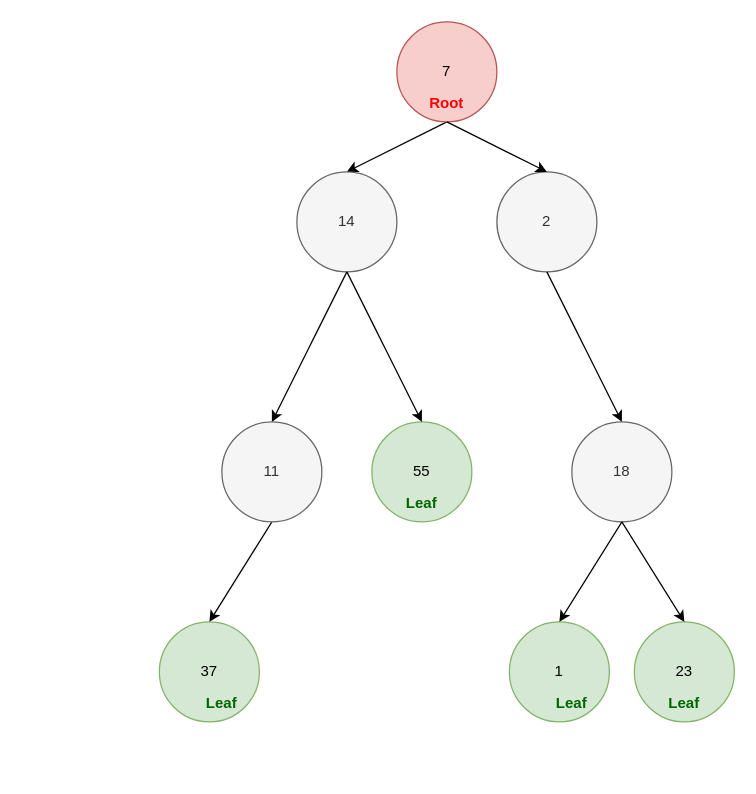
The draw.io diagram page "第 1 页" (1 of 2) of docs/0112_path_sum.drawio in rickbsr/example-leetcode, before the edit. Source tidied: cells renumbered, new cells numbered last; positions are measured from the earlier drawing's top-left corner, leaving out a move shared by most shapes. Both pictures are drawn from the tidied source at 125%, with x=0, y=0 at pixel (159, 21).
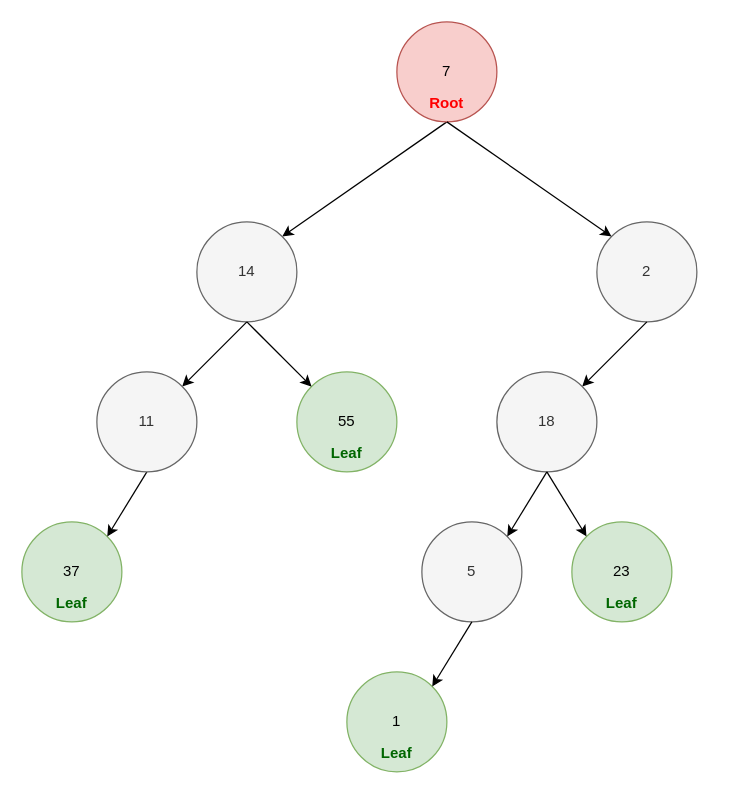
After the change.

The change refers to these unchanged cells:
```xml
<mxCell id="3" value="7" style="ellipse;whiteSpace=wrap;html=1;fillColor=#f8cecc;strokeColor=#b85450;" parent="1" vertex="1">
  <mxGeometry x="190" width="80" height="80" as="geometry" />
</mxCell>
```

Diff of the diagram source:
```diff
@@
+    <mxCell id="24" value="1" style="ellipse;whiteSpace=wrap;html=1;fillColor=#d5e8d4;strokeColor=#82b366;" parent="1" vertex="1">
+      <mxGeometry x="150" y="520" width="80" height="80" as="geometry" />
+    </mxCell>
-    <mxCell id="2" style="rounded=0;jettySize=auto;html=1;exitX=0.5;exitY=1;exitDx=0;exitDy=0;entryX=0.5;entryY=0;entryDx=0;entryDy=0;" parent="1" edge="1" source="3" target="6">
+    <mxCell id="2" style="rounded=0;jettySize=auto;html=1;exitX=0.5;exitY=1;exitDx=0;exitDy=0;entryX=1;entryY=0;entryDx=0;entryDy=0;" parent="1" edge="1" source="3" target="6">
       <mxGeometry relative="1" as="geometry" />
     </mxCell>
@@
     <mxCell id="4" value="55" style="ellipse;whiteSpace=wrap;html=1;fillColor=#d5e8d4;strokeColor=#82b366;" parent="1" vertex="1">
-      <mxGeometry x="170" y="320" width="80" height="80" as="geometry" />
+      <mxGeometry x="110" y="280" width="80" height="80" as="geometry" />
     </mxCell>
     <mxCell id="5" value="37" style="ellipse;whiteSpace=wrap;html=1;fillColor=#d5e8d4;strokeColor=#82b366;" parent="1" vertex="1">
-      <mxGeometry y="480" width="80" height="80" as="geometry" />
+      <mxGeometry x="-110" y="400" width="80" height="80" as="geometry" />
     </mxCell>
     <mxCell id="6" value="14" style="ellipse;whiteSpace=wrap;html=1;fillColor=#f5f5f5;strokeColor=#666666;fontColor=#333333;" parent="1" vertex="1">
-      <mxGeometry x="110" y="120" width="80" height="80" as="geometry" />
+      <mxGeometry x="30" y="160" width="80" height="80" as="geometry" />
     </mxCell>
     <mxCell id="7" value="2" style="ellipse;whiteSpace=wrap;html=1;fillColor=#f5f5f5;strokeColor=#666666;fontColor=#333333;" parent="1" vertex="1">
-      <mxGeometry x="270" y="120" width="80" height="80" as="geometry" />
+      <mxGeometry x="350" y="160" width="80" height="80" as="geometry" />
     </mxCell>
-    <mxCell id="8" value="1" style="ellipse;whiteSpace=wrap;html=1;fillColor=#d5e8d4;strokeColor=#82b366;" parent="1" vertex="1">
-      <mxGeometry x="280" y="480" width="80" height="80" as="geometry" />
+    <mxCell id="8" value="5" style="ellipse;whiteSpace=wrap;html=1;fillColor=#f5f5f5;strokeColor=#666666;fontColor=#333333;" parent="1" vertex="1">
+      <mxGeometry x="210" y="400" width="80" height="80" as="geometry" />
     </mxCell>
-    <mxCell id="9" style="rounded=0;jettySize=auto;html=1;exitX=0.5;exitY=1;exitDx=0;exitDy=0;entryX=0.5;entryY=0;entryDx=0;entryDy=0;" parent="1" edge="1" target="7">
-      <mxGeometry relative="1" as="geometry">
-        <mxPoint x="230" y="80" as="sourcePoint" />
-      </mxGeometry>
+    <mxCell id="9" style="rounded=0;jettySize=auto;html=1;exitX=0.5;exitY=1;exitDx=0;exitDy=0;entryX=0;entryY=0;entryDx=0;entryDy=0;" parent="1" edge="1" source="3" target="7">
+      <mxGeometry relative="1" as="geometry" />
     </mxCell>
-    <mxCell id="10" style="rounded=0;jettySize=auto;html=1;entryX=0.5;entryY=0;entryDx=0;entryDy=0;exitX=0.5;exitY=1;exitDx=0;exitDy=0;" parent="1" edge="1" source="6" target="4">
+    <mxCell id="10" style="rounded=0;jettySize=auto;html=1;entryX=0;entryY=0;entryDx=0;entryDy=0;exitX=0.5;exitY=1;exitDx=0;exitDy=0;" parent="1" edge="1" source="6" target="4">
       <mxGeometry relative="1" as="geometry" />
     </mxCell>
-    <mxCell id="11" style="rounded=0;jettySize=auto;html=1;entryX=0.5;entryY=0;entryDx=0;entryDy=0;exitX=0.5;exitY=1;exitDx=0;exitDy=0;" parent="1" edge="1" source="6" target="18">
+    <mxCell id="11" style="rounded=0;jettySize=auto;html=1;exitX=0.5;exitY=1;exitDx=0;exitDy=0;" parent="1" edge="1" source="6" target="18">
       <mxGeometry relative="1" as="geometry" />
     </mxCell>
-    <mxCell id="12" style="rounded=0;jettySize=auto;html=1;entryX=0.5;entryY=0;entryDx=0;entryDy=0;exitX=0.5;exitY=1;exitDx=0;exitDy=0;" parent="1" edge="1" source="7" target="19">
+    <mxCell id="12" style="rounded=0;jettySize=auto;html=1;entryX=1;entryY=0;entryDx=0;entryDy=0;exitX=0.5;exitY=1;exitDx=0;exitDy=0;" parent="1" edge="1" source="7" target="19">
       <mxGeometry relative="1" as="geometry" />
     </mxCell>
@@
     <mxCell id="14" value="&lt;b style=&quot;&quot;&gt;&lt;font color=&quot;#006600&quot;&gt;Leaf&lt;/font&gt;&lt;/b&gt;" style="text;html=1;strokeColor=none;fillColor=none;align=center;verticalAlign=middle;whiteSpace=wrap;rounded=0;" parent="1" vertex="1">
-      <mxGeometry x="20" y="530" width="60" height="30" as="geometry" />
+      <mxGeometry x="-100" y="450" width="60" height="30" as="geometry" />
     </mxCell>
     <mxCell id="15" value="&lt;b style=&quot;&quot;&gt;&lt;font color=&quot;#006600&quot;&gt;Leaf&lt;/font&gt;&lt;/b&gt;" style="text;html=1;strokeColor=none;fillColor=none;align=center;verticalAlign=middle;whiteSpace=wrap;rounded=0;" parent="1" vertex="1">
-      <mxGeometry x="180" y="370" width="60" height="30" as="geometry" />
+      <mxGeometry x="120" y="330" width="60" height="30" as="geometry" />
     </mxCell>
     <mxCell id="16" value="&lt;b style=&quot;&quot;&gt;&lt;font color=&quot;#006600&quot;&gt;Leaf&lt;/font&gt;&lt;/b&gt;" style="text;html=1;strokeColor=none;fillColor=none;align=center;verticalAlign=middle;whiteSpace=wrap;rounded=0;" parent="1" vertex="1">
-      <mxGeometry x="300" y="530" width="60" height="30" as="geometry" />
+      <mxGeometry x="160" y="570" width="60" height="30" as="geometry" />
     </mxCell>
-    <mxCell id="17" style="edgeStyle=none;rounded=0;jettySize=auto;html=1;entryX=0.5;entryY=0;entryDx=0;entryDy=0;fontColor=#006600;exitX=0.5;exitY=1;exitDx=0;exitDy=0;" parent="1" edge="1" source="18" target="5">
+    <mxCell id="17" style="edgeStyle=none;rounded=0;jettySize=auto;html=1;entryX=1;entryY=0;entryDx=0;entryDy=0;fontColor=#006600;exitX=0.5;exitY=1;exitDx=0;exitDy=0;" parent="1" edge="1" source="18" target="5">
       <mxGeometry relative="1" as="geometry" />
     </mxCell>
     <mxCell id="18" value="11" style="ellipse;whiteSpace=wrap;html=1;fillColor=#f5f5f5;strokeColor=#666666;fontColor=#333333;" parent="1" vertex="1">
-      <mxGeometry x="50" y="320" width="80" height="80" as="geometry" />
+      <mxGeometry x="-50" y="280" width="80" height="80" as="geometry" />
     </mxCell>
     <mxCell id="19" value="18" style="ellipse;whiteSpace=wrap;html=1;fillColor=#f5f5f5;strokeColor=#666666;fontColor=#333333;" parent="1" vertex="1">
-      <mxGeometry x="330" y="320" width="80" height="80" as="geometry" />
+      <mxGeometry x="270" y="280" width="80" height="80" as="geometry" />
     </mxCell>
-    <mxCell id="20" style="edgeStyle=none;rounded=0;jettySize=auto;html=1;entryX=0.5;entryY=0;entryDx=0;entryDy=0;fontColor=#006600;exitX=0.5;exitY=1;exitDx=0;exitDy=0;" parent="1" edge="1" target="8">
-      <mxGeometry relative="1" as="geometry">
-        <mxPoint x="370" y="400" as="sourcePoint" />
-      </mxGeometry>
+    <mxCell id="20" style="edgeStyle=none;rounded=0;jettySize=auto;html=1;entryX=1;entryY=0;entryDx=0;entryDy=0;fontColor=#006600;exitX=0.5;exitY=1;exitDx=0;exitDy=0;" parent="1" edge="1" source="19" target="8">
+      <mxGeometry relative="1" as="geometry" />
     </mxCell>
     <mxCell id="21" value="23" style="ellipse;whiteSpace=wrap;html=1;fillColor=#d5e8d4;strokeColor=#82b366;" parent="1" vertex="1">
-      <mxGeometry x="380" y="480" width="80" height="80" as="geometry" />
+      <mxGeometry x="330" y="400" width="80" height="80" as="geometry" />
     </mxCell>
     <mxCell id="22" value="&lt;b style=&quot;&quot;&gt;&lt;font color=&quot;#006600&quot;&gt;Leaf&lt;/font&gt;&lt;/b&gt;" style="text;html=1;strokeColor=none;fillColor=none;align=center;verticalAlign=middle;whiteSpace=wrap;rounded=0;" parent="1" vertex="1">
-      <mxGeometry x="390" y="530" width="60" height="30" as="geometry" />
+      <mxGeometry x="340" y="450" width="60" height="30" as="geometry" />
     </mxCell>
-    <mxCell id="23" style="edgeStyle=none;rounded=0;jettySize=auto;html=1;entryX=0.5;entryY=0;entryDx=0;entryDy=0;fontColor=#006600;exitX=0.5;exitY=1;exitDx=0;exitDy=0;" parent="1" edge="1" source="19" target="21">
+    <mxCell id="23" style="edgeStyle=none;rounded=0;jettySize=auto;html=1;fontColor=#006600;exitX=0.5;exitY=1;exitDx=0;exitDy=0;entryX=0;entryY=0;entryDx=0;entryDy=0;" parent="1" edge="1" source="19" target="21">
       <mxGeometry relative="1" as="geometry" />
     </mxCell>
+    <mxCell id="25" style="edgeStyle=none;rounded=0;jettySize=auto;html=1;fontColor=#006600;exitX=0.5;exitY=1;exitDx=0;exitDy=0;entryX=1;entryY=0;entryDx=0;entryDy=0;" parent="1" edge="1" source="8" target="24">
+      <mxGeometry relative="1" as="geometry" />
+    </mxCell>
```
